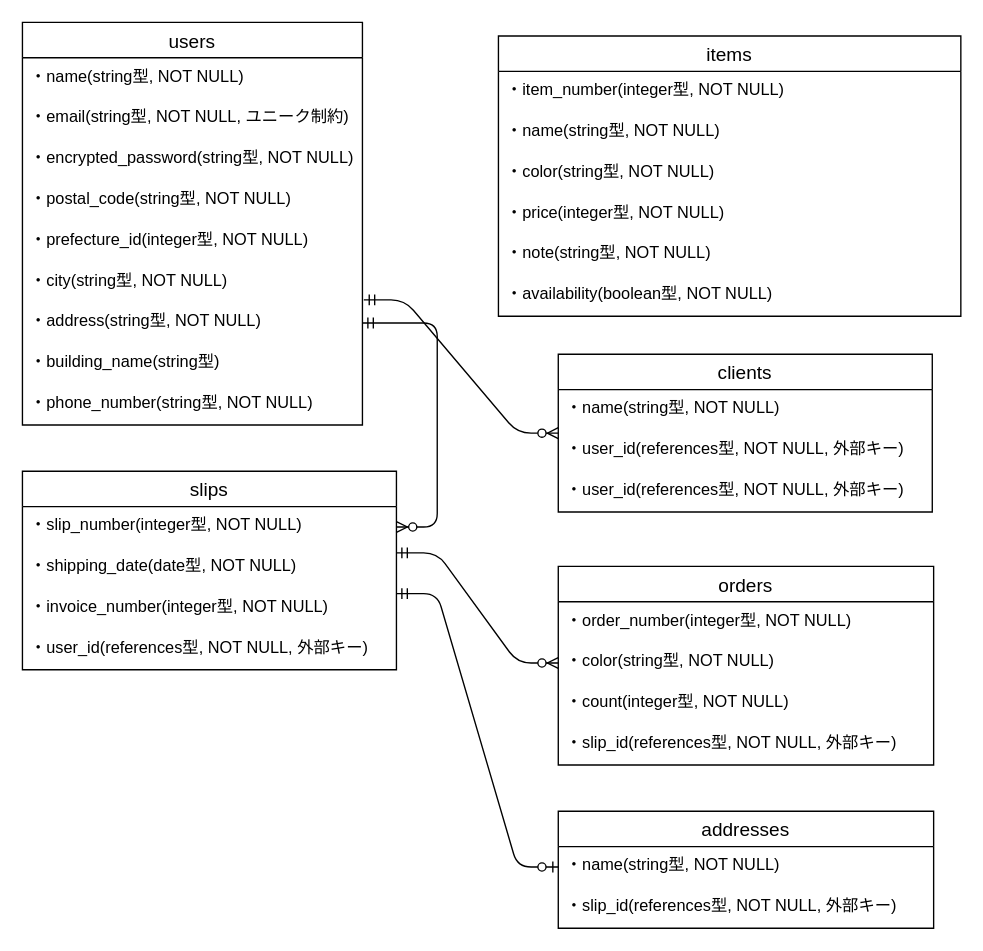
Earlier version of the draw.io diagram easy_slips.dio (hiddy0329/easy_slips). Source tidied: cells renumbered, new cells numbered last; positions are measured from the earlier drawing's top-left corner, leaving out a move shared by most shapes. Both pictures are drawn from the tidied source at 136%, with x=0, y=0 at pixel (22, 22).
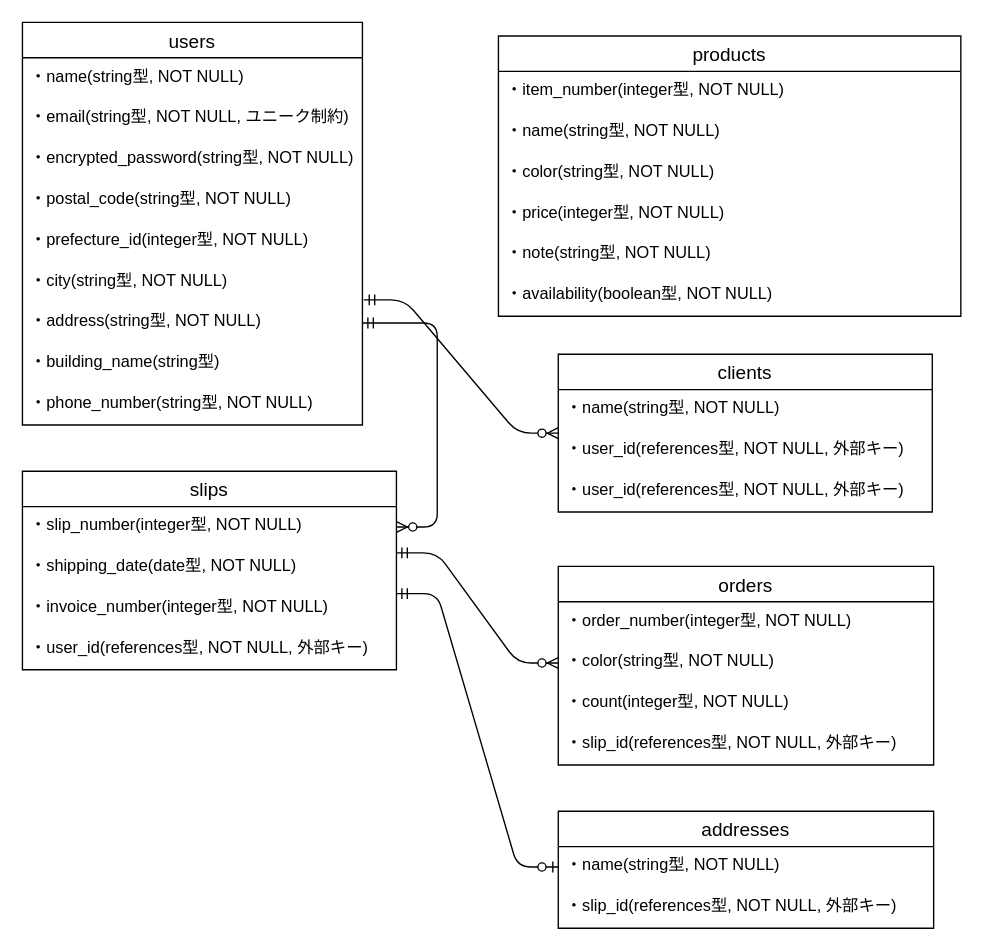
The same diagram, later.

Commit message (it also covers changes not shown here):
items → products　へ変更

What changed in the source:
```diff
@@
-    <mxCell id="16" value="items" style="swimlane;fontStyle=0;horizontal=1;startSize=26;align=center;fontSize=14;" parent="1" vertex="1">
+    <mxCell id="16" value="products" style="swimlane;fontStyle=0;horizontal=1;startSize=26;align=center;fontSize=14;" parent="1" vertex="1">
       <mxGeometry x="350" y="10" width="340" height="206" as="geometry" />
     </mxCell>
```
